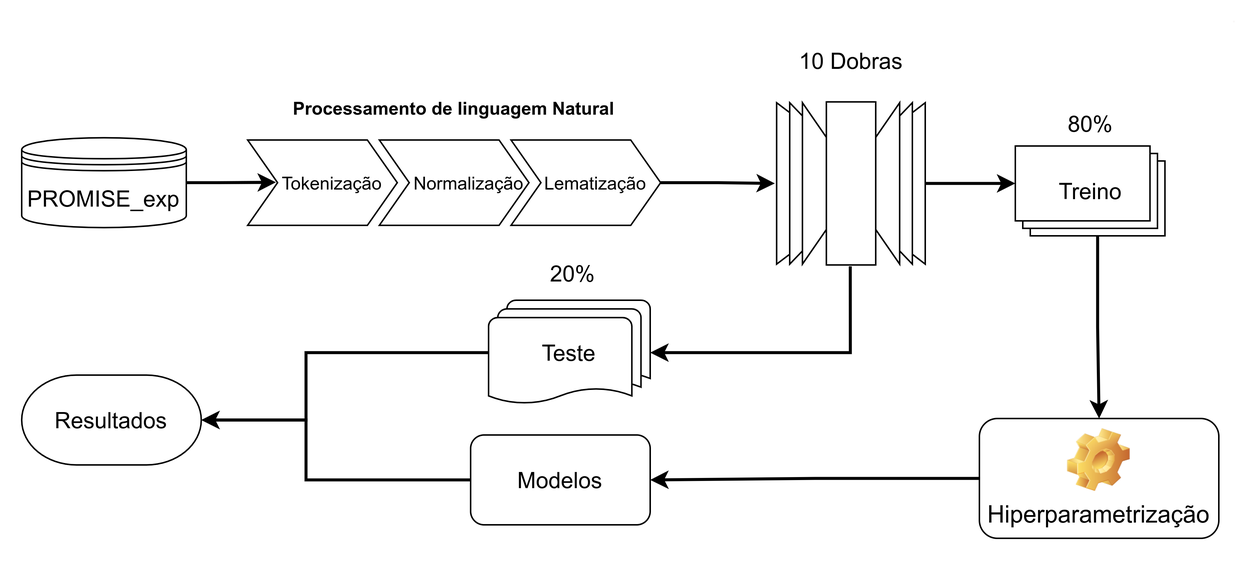
MachineResearchGroup/Perf_Anlys_of_ML_Algorithms keeps this draw.io diagram as images/PIBIC_Methodology.png. Above is the earlier version. Source tidied: cells renumbered, new cells last; positions are measured from the earlier drawing's top-left corner, leaving out a move shared by most shapes. The source it was exported from:
```xml
<mxGraphModel>
  <root>
    <mxCell id="0" />
    <mxCell id="1" parent="0" />
    <mxCell id="2" style="rounded=0;jettySize=auto;html=1;exitX=0;exitY=0;exitDx=55;exitDy=60.00000000000001;exitPerimeter=0;entryX=0.5;entryY=0;entryDx=0;entryDy=0;strokeWidth=2;edgeStyle=orthogonalEdgeStyle;" parent="1" edge="1" source="3" target="22">
      <mxGeometry relative="1" as="geometry" />
    </mxCell>
    <mxCell id="3" style="verticalLabelPosition=bottom;verticalAlign=top;html=1;shape=mxgraph.basic.layered_rect;dx=10;outlineConnect=0;shadow=0;sketch=0;strokeColor=#000000;fillColor=#ffffff;gradientColor=none;" parent="1" vertex="1">
      <mxGeometry x="678" y="97" width="100" height="60" as="geometry" />
    </mxCell>
    <mxCell id="4" style="edgeStyle=orthogonalEdgeStyle;rounded=0;jettySize=auto;html=1;exitX=1;exitY=0.5;exitDx=0;exitDy=0;entryX=0.189;entryY=0.496;entryDx=0;entryDy=0;entryPerimeter=0;strokeWidth=2;" parent="1" edge="1" source="5" target="13">
      <mxGeometry relative="1" as="geometry" />
    </mxCell>
    <mxCell id="5" value="&lt;font style=&quot;font-size: 15px&quot;&gt;PROMISE_exp&lt;/font&gt;" style="shape=datastore;whiteSpace=wrap;html=1;" parent="1" vertex="1">
      <mxGeometry x="14" y="91.5" width="110" height="60" as="geometry" />
    </mxCell>
    <mxCell id="6" style="edgeStyle=orthogonalEdgeStyle;rounded=0;jettySize=auto;html=1;exitX=0;exitY=0.5;exitDx=0;exitDy=0;exitPerimeter=0;strokeWidth=2;entryX=1;entryY=0.5;entryDx=0;entryDy=0;entryPerimeter=0;" parent="1" edge="1" source="7" target="9">
      <mxGeometry relative="1" as="geometry">
        <Array as="points">
          <mxPoint x="204" y="235" />
          <mxPoint x="204" y="280" />
        </Array>
      </mxGeometry>
    </mxCell>
    <mxCell id="7" value="&lt;font style=&quot;font-size: 15px&quot;&gt;Teste&lt;/font&gt;" style="strokeWidth=1;html=1;shape=mxgraph.flowchart.multi-document;whiteSpace=wrap;" parent="1" vertex="1">
      <mxGeometry x="326" y="200" width="108" height="70" as="geometry" />
    </mxCell>
    <mxCell id="8" value="&lt;font size=&quot;1&quot;&gt;&lt;span style=&quot;font-size: 15px&quot;&gt;Treino&lt;/span&gt;&lt;/font&gt;" style="text;html=1;align=center;verticalAlign=middle;strokeColor=none;" parent="1" vertex="1">
      <mxGeometry x="698" y="117" width="60" height="20" as="geometry" />
    </mxCell>
    <mxCell id="9" value="&lt;span style=&quot;font-size: 15px&quot;&gt;Resultados&lt;/span&gt;" style="strokeWidth=1;html=1;shape=mxgraph.flowchart.terminator;whiteSpace=wrap;" parent="1" vertex="1">
      <mxGeometry x="14" y="250" width="120" height="60" as="geometry" />
    </mxCell>
    <mxCell id="10" style="edgeStyle=orthogonalEdgeStyle;rounded=0;jettySize=auto;html=1;exitX=0;exitY=0.5;exitDx=0;exitDy=0;entryX=1;entryY=0.5;entryDx=0;entryDy=0;entryPerimeter=0;strokeWidth=2;" parent="1" edge="1" source="11" target="9">
      <mxGeometry relative="1" as="geometry">
        <Array as="points">
          <mxPoint x="204" y="320" />
          <mxPoint x="204" y="280" />
        </Array>
      </mxGeometry>
    </mxCell>
    <mxCell id="11" value="&lt;font style=&quot;font-size: 15px&quot;&gt;Modelos&lt;/font&gt;" style="rounded=1;whiteSpace=wrap;html=1;shadow=0;sketch=0;strokeColor=#000000;fillColor=#ffffff;gradientColor=none;strokeWidth=1;" parent="1" vertex="1">
      <mxGeometry x="314" y="290" width="120" height="60" as="geometry" />
    </mxCell>
    <mxCell id="12" value="Processamento de linguagem Natural" style="swimlane;horizontal=1;fillColor=none;strokeColor=none;stackBorder=10;align=center;fontColor=#000000;shadow=0;sketch=0;" parent="1" vertex="1">
      <mxGeometry x="155" y="60" width="296" height="100" as="geometry" />
    </mxCell>
    <mxCell id="13" value="    Tokenização" style="shape=step;perimeter=stepPerimeter;fixedSize=1;points=[];" parent="12" vertex="1">
      <mxGeometry x="10" y="33" width="100" height="57" as="geometry" />
    </mxCell>
    <mxCell id="14" value="      Normalização" style="shape=step;perimeter=stepPerimeter;fixedSize=1;" parent="12" vertex="1">
      <mxGeometry x="98" y="33" width="100" height="57" as="geometry" />
    </mxCell>
    <mxCell id="15" value="    Lematização" style="shape=step;perimeter=stepPerimeter;fixedSize=1;points=[];" parent="12" vertex="1">
      <mxGeometry x="186" y="33" width="100" height="57" as="geometry" />
    </mxCell>
    <mxCell id="16" style="edgeStyle=orthogonalEdgeStyle;rounded=0;jettySize=auto;html=1;entryX=0;entryY=0;entryDx=0;entryDy=25;entryPerimeter=0;strokeWidth=2;" parent="1" edge="1" source="18" target="3">
      <mxGeometry relative="1" as="geometry" />
    </mxCell>
    <mxCell id="17" style="edgeStyle=orthogonalEdgeStyle;rounded=0;jettySize=auto;html=1;strokeWidth=2;entryX=1;entryY=0.5;entryDx=0;entryDy=0;entryPerimeter=0;exitX=0.497;exitY=1.003;exitDx=0;exitDy=0;exitPerimeter=0;" parent="1" edge="1" source="18" target="7">
      <mxGeometry relative="1" as="geometry" />
    </mxCell>
    <mxCell id="18" style="verticalLabelPosition=bottom;shadow=0;dashed=0;align=center;html=1;verticalAlign=top;strokeWidth=1;shape=mxgraph.mockup.navigation.coverFlow;sketch=0;fillColor=#ffffff;gradientColor=none;" parent="1" vertex="1">
      <mxGeometry x="518" y="67" width="100" height="110" as="geometry" />
    </mxCell>
    <mxCell id="19" style="edgeStyle=orthogonalEdgeStyle;rounded=0;jettySize=auto;html=1;strokeWidth=2;entryX=-0.007;entryY=0.5;entryDx=0;entryDy=0;entryPerimeter=0;" parent="1" edge="1" source="15" target="18">
      <mxGeometry relative="1" as="geometry" />
    </mxCell>
    <mxCell id="20" value="&lt;font style=&quot;font-size: 15px&quot;&gt;10 Dobras&lt;/font&gt;" style="text;html=1;align=center;verticalAlign=middle;strokeColor=none;" parent="1" vertex="1">
      <mxGeometry x="528" y="30" width="80" height="20" as="geometry" />
    </mxCell>
    <mxCell id="21" style="edgeStyle=orthogonalEdgeStyle;rounded=0;jettySize=auto;html=1;exitX=0;exitY=0.5;exitDx=0;exitDy=0;entryX=1;entryY=0.5;entryDx=0;entryDy=0;strokeWidth=2;" parent="1" edge="1" source="22" target="11">
      <mxGeometry relative="1" as="geometry" />
    </mxCell>
    <mxCell id="22" value="&lt;span style=&quot;font-size: 16px ; font-weight: 400 ; text-align: left&quot;&gt;Hiperparametrização&lt;/span&gt;" style="label;whiteSpace=wrap;html=1;align=center;verticalAlign=bottom;spacingLeft=0;spacingBottom=4;imageAlign=center;imageVerticalAlign=top;image=img/clipart/Gear_128x128.png;shadow=0;sketch=0;strokeColor=#000000;fillColor=#ffffff;gradientColor=none;" parent="1" vertex="1">
      <mxGeometry x="654" y="279" width="160" height="80" as="geometry" />
    </mxCell>
    <mxCell id="23" value="&lt;font style=&quot;font-size: 15px&quot;&gt;80%&lt;/font&gt;" style="text;html=1;align=center;verticalAlign=middle;strokeColor=none;" parent="1" vertex="1">
      <mxGeometry x="703" y="71.5" width="50" height="20" as="geometry" />
    </mxCell>
    <mxCell id="24" value="&lt;font style=&quot;font-size: 15px&quot;&gt;20%&lt;/font&gt;" style="text;html=1;align=center;verticalAlign=middle;strokeColor=none;" parent="1" vertex="1">
      <mxGeometry x="357" y="172" width="50" height="20" as="geometry" />
    </mxCell>
    <mxCell id="25" value="&lt;font color=&quot;#faf8f8&quot;&gt;.&lt;/font&gt;" style="text;html=1;align=center;verticalAlign=middle;strokeColor=none;" parent="1" vertex="1">
      <mxGeometry x="814" width="20" height="20" as="geometry" />
    </mxCell>
    <mxCell id="26" value="&lt;font color=&quot;#ffffff&quot;&gt;.&lt;/font&gt;" style="text;html=1;align=center;verticalAlign=middle;strokeColor=none;" parent="1" vertex="1">
      <mxGeometry y="359" width="20" height="20" as="geometry" />
    </mxCell>
  </root>
</mxGraphModel>
```
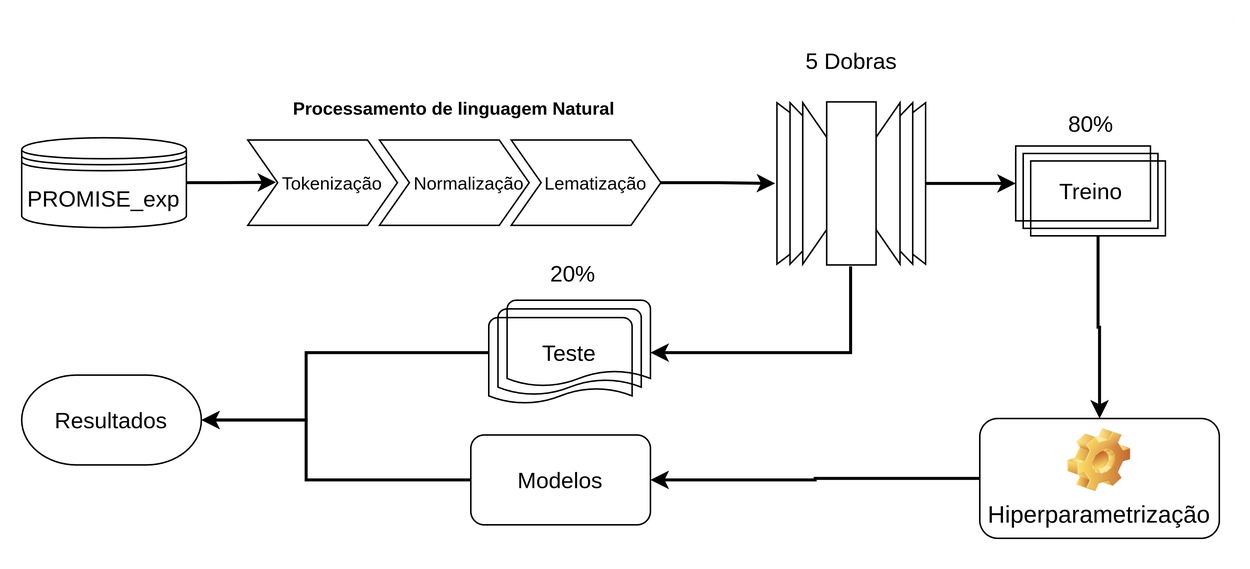
After the change.

Change to the diagram source:
```diff
@@ -5,13 +5,13 @@
     <mxCell id="2" style="rounded=0;jettySize=auto;html=1;exitX=0;exitY=0;exitDx=55;exitDy=60.00000000000001;exitPerimeter=0;entryX=0.5;entryY=0;entryDx=0;entryDy=0;strokeWidth=2;edgeStyle=orthogonalEdgeStyle;" parent="1" edge="1" source="3" target="22">
       <mxGeometry relative="1" as="geometry" />
     </mxCell>
-    <mxCell id="3" style="verticalLabelPosition=bottom;verticalAlign=top;html=1;shape=mxgraph.basic.layered_rect;dx=10;outlineConnect=0;shadow=0;sketch=0;strokeColor=#000000;fillColor=#ffffff;gradientColor=none;" parent="1" vertex="1">
+    <mxCell id="3" style="verticalLabelPosition=bottom;verticalAlign=top;html=1;shape=mxgraph.basic.layered_rect;dx=10;outlineConnect=0;shadow=0;sketch=0;fillColor=none;" parent="1" vertex="1">
       <mxGeometry x="678" y="97" width="100" height="60" as="geometry" />
     </mxCell>
     <mxCell id="4" style="edgeStyle=orthogonalEdgeStyle;rounded=0;jettySize=auto;html=1;exitX=1;exitY=0.5;exitDx=0;exitDy=0;entryX=0.189;entryY=0.496;entryDx=0;entryDy=0;entryPerimeter=0;strokeWidth=2;" parent="1" edge="1" source="5" target="13">
       <mxGeometry relative="1" as="geometry" />
     </mxCell>
-    <mxCell id="5" value="&lt;font style=&quot;font-size: 15px&quot;&gt;PROMISE_exp&lt;/font&gt;" style="shape=datastore;whiteSpace=wrap;html=1;" parent="1" vertex="1">
+    <mxCell id="5" value="&lt;font style=&quot;font-size: 15px&quot;&gt;PROMISE_exp&lt;/font&gt;" style="shape=datastore;whiteSpace=wrap;html=1;fillColor=none;" parent="1" vertex="1">
       <mxGeometry x="14" y="91.5" width="110" height="60" as="geometry" />
     </mxCell>
     <mxCell id="6" style="edgeStyle=orthogonalEdgeStyle;rounded=0;jettySize=auto;html=1;exitX=0;exitY=0.5;exitDx=0;exitDy=0;exitPerimeter=0;strokeWidth=2;entryX=1;entryY=0.5;entryDx=0;entryDy=0;entryPerimeter=0;" parent="1" edge="1" source="7" target="9">
@@ -22,13 +22,13 @@
         </Array>
       </mxGeometry>
     </mxCell>
-    <mxCell id="7" value="&lt;font style=&quot;font-size: 15px&quot;&gt;Teste&lt;/font&gt;" style="strokeWidth=1;html=1;shape=mxgraph.flowchart.multi-document;whiteSpace=wrap;" parent="1" vertex="1">
+    <mxCell id="7" value="&lt;font style=&quot;font-size: 15px&quot;&gt;Teste&lt;/font&gt;" style="strokeWidth=1;html=1;shape=mxgraph.flowchart.multi-document;whiteSpace=wrap;fillColor=none;" parent="1" vertex="1">
       <mxGeometry x="326" y="200" width="108" height="70" as="geometry" />
     </mxCell>
     <mxCell id="8" value="&lt;font size=&quot;1&quot;&gt;&lt;span style=&quot;font-size: 15px&quot;&gt;Treino&lt;/span&gt;&lt;/font&gt;" style="text;html=1;align=center;verticalAlign=middle;strokeColor=none;" parent="1" vertex="1">
       <mxGeometry x="698" y="117" width="60" height="20" as="geometry" />
     </mxCell>
-    <mxCell id="9" value="&lt;span style=&quot;font-size: 15px&quot;&gt;Resultados&lt;/span&gt;" style="strokeWidth=1;html=1;shape=mxgraph.flowchart.terminator;whiteSpace=wrap;" parent="1" vertex="1">
+    <mxCell id="9" value="&lt;span style=&quot;font-size: 15px&quot;&gt;Resultados&lt;/span&gt;" style="strokeWidth=1;html=1;shape=mxgraph.flowchart.terminator;whiteSpace=wrap;fillColor=none;" parent="1" vertex="1">
       <mxGeometry x="14" y="250" width="120" height="60" as="geometry" />
     </mxCell>
     <mxCell id="10" style="edgeStyle=orthogonalEdgeStyle;rounded=0;jettySize=auto;html=1;exitX=0;exitY=0.5;exitDx=0;exitDy=0;entryX=1;entryY=0.5;entryDx=0;entryDy=0;entryPerimeter=0;strokeWidth=2;" parent="1" edge="1" source="11" target="9">
@@ -39,19 +39,19 @@
         </Array>
       </mxGeometry>
     </mxCell>
-    <mxCell id="11" value="&lt;font style=&quot;font-size: 15px&quot;&gt;Modelos&lt;/font&gt;" style="rounded=1;whiteSpace=wrap;html=1;shadow=0;sketch=0;strokeColor=#000000;fillColor=#ffffff;gradientColor=none;strokeWidth=1;" parent="1" vertex="1">
+    <mxCell id="11" value="&lt;font style=&quot;font-size: 15px&quot;&gt;Modelos&lt;/font&gt;" style="rounded=1;whiteSpace=wrap;html=1;shadow=0;sketch=0;fillColor=none;strokeWidth=1;" parent="1" vertex="1">
       <mxGeometry x="314" y="290" width="120" height="60" as="geometry" />
     </mxCell>
     <mxCell id="12" value="Processamento de linguagem Natural" style="swimlane;horizontal=1;fillColor=none;strokeColor=none;stackBorder=10;align=center;fontColor=#000000;shadow=0;sketch=0;" parent="1" vertex="1">
       <mxGeometry x="155" y="60" width="296" height="100" as="geometry" />
     </mxCell>
-    <mxCell id="13" value="    Tokenização" style="shape=step;perimeter=stepPerimeter;fixedSize=1;points=[];" parent="12" vertex="1">
+    <mxCell id="13" value="    Tokenização" style="shape=step;perimeter=stepPerimeter;fixedSize=1;points=[];fillColor=none;" parent="12" vertex="1">
       <mxGeometry x="10" y="33" width="100" height="57" as="geometry" />
     </mxCell>
-    <mxCell id="14" value="      Normalização" style="shape=step;perimeter=stepPerimeter;fixedSize=1;" parent="12" vertex="1">
+    <mxCell id="14" value="      Normalização" style="shape=step;perimeter=stepPerimeter;fixedSize=1;fillColor=none;" parent="12" vertex="1">
       <mxGeometry x="98" y="33" width="100" height="57" as="geometry" />
     </mxCell>
-    <mxCell id="15" value="    Lematização" style="shape=step;perimeter=stepPerimeter;fixedSize=1;points=[];" parent="12" vertex="1">
+    <mxCell id="15" value="    Lematização" style="shape=step;perimeter=stepPerimeter;fixedSize=1;points=[];fillColor=none;" parent="12" vertex="1">
       <mxGeometry x="186" y="33" width="100" height="57" as="geometry" />
     </mxCell>
     <mxCell id="16" style="edgeStyle=orthogonalEdgeStyle;rounded=0;jettySize=auto;html=1;entryX=0;entryY=0;entryDx=0;entryDy=25;entryPerimeter=0;strokeWidth=2;" parent="1" edge="1" source="18" target="3">
@@ -60,19 +60,19 @@
     <mxCell id="17" style="edgeStyle=orthogonalEdgeStyle;rounded=0;jettySize=auto;html=1;strokeWidth=2;entryX=1;entryY=0.5;entryDx=0;entryDy=0;entryPerimeter=0;exitX=0.497;exitY=1.003;exitDx=0;exitDy=0;exitPerimeter=0;" parent="1" edge="1" source="18" target="7">
       <mxGeometry relative="1" as="geometry" />
     </mxCell>
-    <mxCell id="18" style="verticalLabelPosition=bottom;shadow=0;dashed=0;align=center;html=1;verticalAlign=top;strokeWidth=1;shape=mxgraph.mockup.navigation.coverFlow;sketch=0;fillColor=#ffffff;gradientColor=none;" parent="1" vertex="1">
+    <mxCell id="18" style="verticalLabelPosition=bottom;shadow=0;dashed=0;align=center;html=1;verticalAlign=top;strokeWidth=1;shape=mxgraph.mockup.navigation.coverFlow;sketch=0;fillColor=none;" parent="1" vertex="1">
       <mxGeometry x="518" y="67" width="100" height="110" as="geometry" />
     </mxCell>
     <mxCell id="19" style="edgeStyle=orthogonalEdgeStyle;rounded=0;jettySize=auto;html=1;strokeWidth=2;entryX=-0.007;entryY=0.5;entryDx=0;entryDy=0;entryPerimeter=0;" parent="1" edge="1" source="15" target="18">
       <mxGeometry relative="1" as="geometry" />
     </mxCell>
-    <mxCell id="20" value="&lt;font style=&quot;font-size: 15px&quot;&gt;10 Dobras&lt;/font&gt;" style="text;html=1;align=center;verticalAlign=middle;strokeColor=none;" parent="1" vertex="1">
+    <mxCell id="20" value="&lt;font style=&quot;font-size: 15px&quot;&gt;5 Dobras&lt;/font&gt;" style="text;html=1;align=center;verticalAlign=middle;strokeColor=none;" parent="1" vertex="1">
       <mxGeometry x="528" y="30" width="80" height="20" as="geometry" />
     </mxCell>
     <mxCell id="21" style="edgeStyle=orthogonalEdgeStyle;rounded=0;jettySize=auto;html=1;exitX=0;exitY=0.5;exitDx=0;exitDy=0;entryX=1;entryY=0.5;entryDx=0;entryDy=0;strokeWidth=2;" parent="1" edge="1" source="22" target="11">
       <mxGeometry relative="1" as="geometry" />
     </mxCell>
-    <mxCell id="22" value="&lt;span style=&quot;font-size: 16px ; font-weight: 400 ; text-align: left&quot;&gt;Hiperparametrização&lt;/span&gt;" style="label;whiteSpace=wrap;html=1;align=center;verticalAlign=bottom;spacingLeft=0;spacingBottom=4;imageAlign=center;imageVerticalAlign=top;image=img/clipart/Gear_128x128.png;shadow=0;sketch=0;strokeColor=#000000;fillColor=#ffffff;gradientColor=none;" parent="1" vertex="1">
+    <mxCell id="22" value="&lt;span style=&quot;font-size: 16px ; font-weight: 400 ; text-align: left&quot;&gt;Hiperparametrização&lt;/span&gt;" style="label;whiteSpace=wrap;html=1;align=center;verticalAlign=bottom;spacingLeft=0;spacingBottom=4;imageAlign=center;imageVerticalAlign=top;image=img/clipart/Gear_128x128.png;shadow=0;sketch=0;fillColor=none;" parent="1" vertex="1">
       <mxGeometry x="654" y="279" width="160" height="80" as="geometry" />
     </mxCell>
     <mxCell id="23" value="&lt;font style=&quot;font-size: 15px&quot;&gt;80%&lt;/font&gt;" style="text;html=1;align=center;verticalAlign=middle;strokeColor=none;" parent="1" vertex="1">
```
